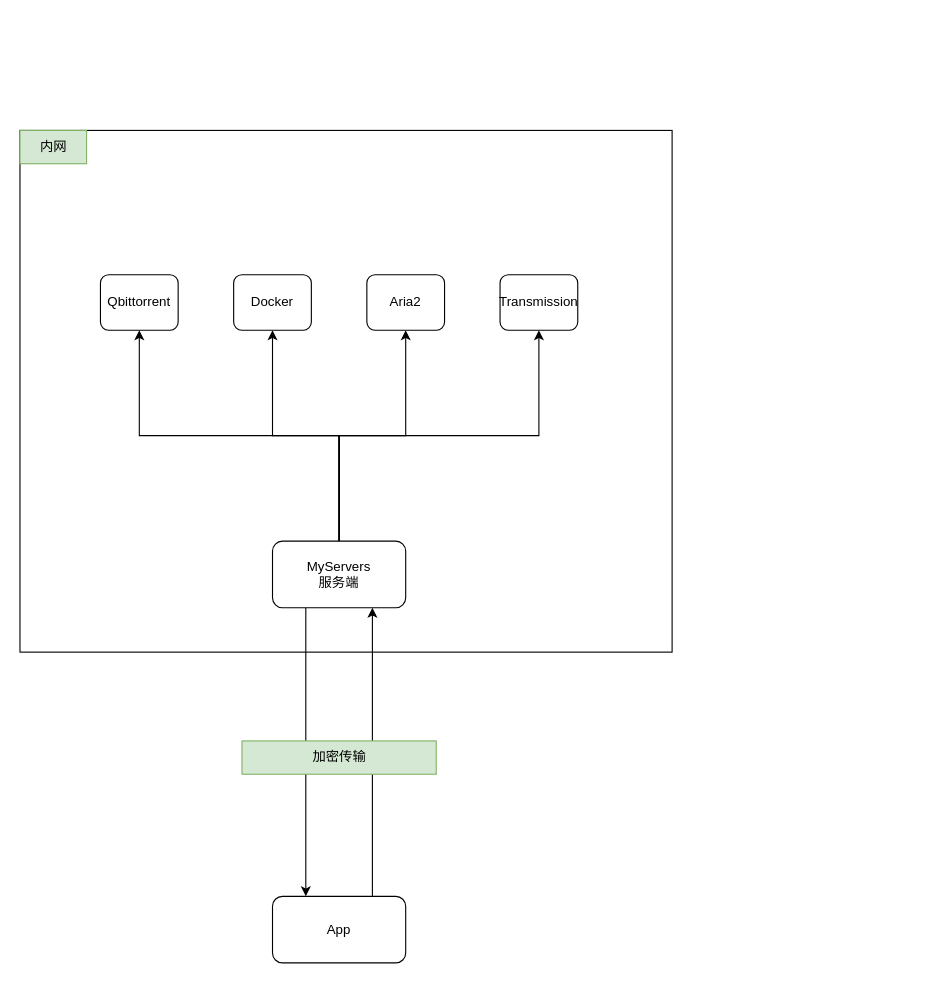
This is myservers.drawio from lovercode/drawio, a draw.io file, before an edit. Source tidied: cells renumbered, new cells numbered last; positions are measured from the earlier drawing's top-left corner, leaving out a move shared by most shapes. Both pictures are drawn from the tidied source at 111%, with x=0, y=0 at pixel (19, 130).
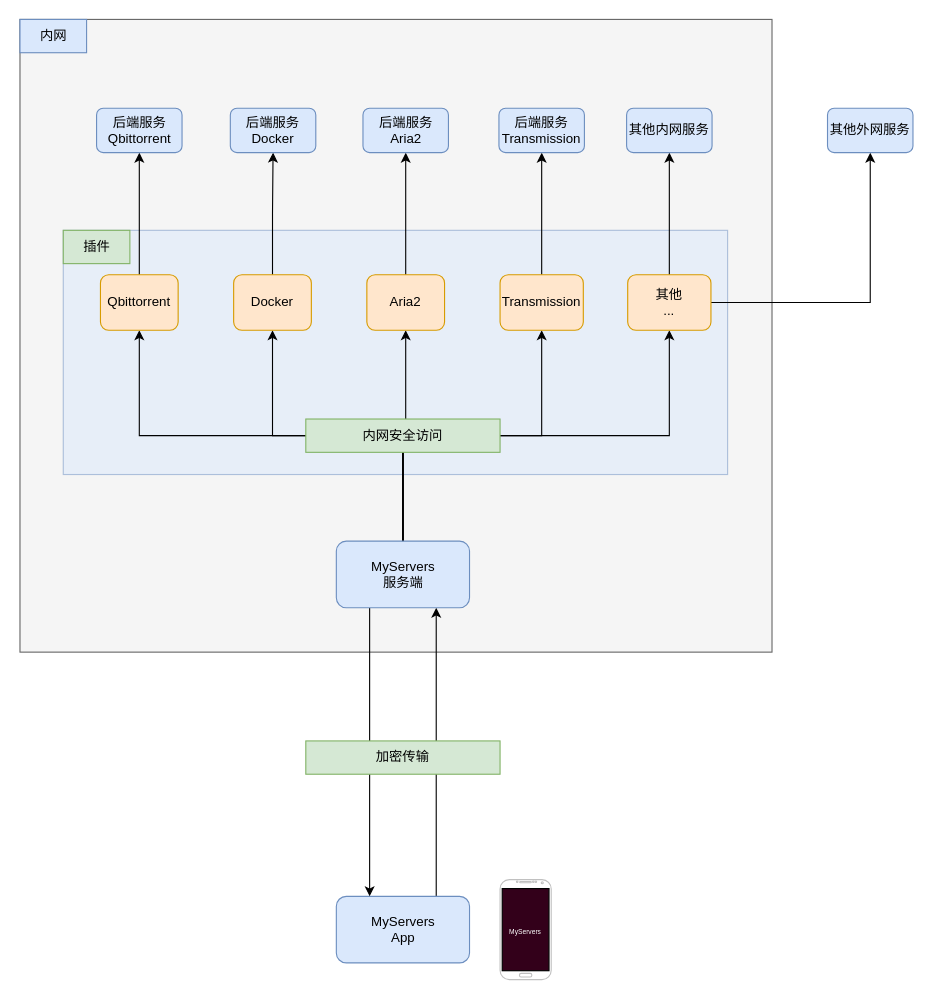
After the change.

What changed in the source:
```diff
@@
-    <mxCell id="2" style="rounded=0;whiteSpace=wrap;html=1;" parent="1" vertex="1">
-      <mxGeometry x="0.5" width="587.5" height="470" as="geometry" />
+    <mxCell id="2" style="rounded=0;whiteSpace=wrap;html=1;fillColor=#f5f5f5;strokeColor=#666666;fontColor=#333333;" parent="1" vertex="1">
+      <mxGeometry x="0.5" y="-100" width="677.5" height="570" as="geometry" />
     </mxCell>
+    <mxCell id="17" style="rounded=0;whiteSpace=wrap;html=1;opacity=50;fillColor=#dae8fc;strokeColor=#6c8ebf;" parent="1" vertex="1">
+      <mxGeometry x="39.5" y="90" width="598.5" height="220" as="geometry" />
+    </mxCell>
@@
-    <mxCell id="4" value="App" style="rounded=1;whiteSpace=wrap;html=1;" parent="1" vertex="1">
-      <mxGeometry x="228" y="690" width="120" height="60" as="geometry" />
+    <mxCell id="4" value="MyServers&lt;br&gt;App" style="rounded=1;whiteSpace=wrap;html=1;fillColor=#dae8fc;strokeColor=#6c8ebf;" parent="1" vertex="1">
+      <mxGeometry x="285.5" y="690" width="120" height="60" as="geometry" />
     </mxCell>
@@
+    <mxCell id="18" style="edgeStyle=orthogonalEdgeStyle;rounded=0;jettySize=auto;html=1;exitX=0.5;exitY=0;exitDx=0;exitDy=0;entryX=0.5;entryY=1;entryDx=0;entryDy=0;" parent="1" edge="1" source="10" target="30">
+      <mxGeometry relative="1" as="geometry" />
+    </mxCell>
-    <mxCell id="10" value="MyServers&lt;br&gt;服务端" style="rounded=1;whiteSpace=wrap;html=1;" parent="1" vertex="1">
-      <mxGeometry x="228" y="370" width="120" height="60" as="geometry" />
+    <mxCell id="10" value="MyServers&lt;br&gt;服务端" style="rounded=1;whiteSpace=wrap;html=1;fillColor=#dae8fc;strokeColor=#6c8ebf;" parent="1" vertex="1">
+      <mxGeometry x="285.5" y="370" width="120" height="60" as="geometry" />
     </mxCell>
     <mxCell id="11" value="加密传输" style="text;html=1;strokeColor=#82b366;fillColor=#d5e8d4;align=center;verticalAlign=middle;whiteSpace=wrap;rounded=0;" parent="1" vertex="1">
-      <mxGeometry x="200.5" y="550" width="175" height="30" as="geometry" />
+      <mxGeometry x="258" y="550" width="175" height="30" as="geometry" />
     </mxCell>
+    <mxCell id="19" style="edgeStyle=orthogonalEdgeStyle;rounded=0;jettySize=auto;html=1;entryX=0.5;entryY=1;entryDx=0;entryDy=0;" parent="1" edge="1" source="12" target="24">
+      <mxGeometry relative="1" as="geometry" />
+    </mxCell>
-    <mxCell id="12" value="Qbittorrent" style="rounded=1;whiteSpace=wrap;html=1;" parent="1" vertex="1">
+    <mxCell id="12" value="Qbittorrent" style="rounded=1;whiteSpace=wrap;html=1;fillColor=#ffe6cc;strokeColor=#d79b00;" parent="1" vertex="1">
       <mxGeometry x="73" y="130" width="70" height="50" as="geometry" />
     </mxCell>
+    <mxCell id="20" style="edgeStyle=orthogonalEdgeStyle;rounded=0;jettySize=auto;html=1;exitX=0.5;exitY=0;exitDx=0;exitDy=0;entryX=0.5;entryY=1;entryDx=0;entryDy=0;" parent="1" edge="1" source="13" target="25">
+      <mxGeometry relative="1" as="geometry" />
+    </mxCell>
-    <mxCell id="13" value="Docker" style="rounded=1;whiteSpace=wrap;html=1;" parent="1" vertex="1">
+    <mxCell id="13" value="Docker" style="rounded=1;whiteSpace=wrap;html=1;fillColor=#ffe6cc;strokeColor=#d79b00;" parent="1" vertex="1">
       <mxGeometry x="193" y="130" width="70" height="50" as="geometry" />
     </mxCell>
+    <mxCell id="21" style="edgeStyle=orthogonalEdgeStyle;rounded=0;jettySize=auto;html=1;exitX=0.5;exitY=0;exitDx=0;exitDy=0;entryX=0.5;entryY=1;entryDx=0;entryDy=0;" parent="1" edge="1" source="14" target="26">
+      <mxGeometry relative="1" as="geometry">
+        <Array as="points">
+          <mxPoint x="348" y="40" />
+          <mxPoint x="348" y="40" />
+        </Array>
+      </mxGeometry>
+    </mxCell>
-    <mxCell id="14" value="Aria2" style="rounded=1;whiteSpace=wrap;html=1;" parent="1" vertex="1">
+    <mxCell id="14" value="Aria2" style="rounded=1;whiteSpace=wrap;html=1;fillColor=#ffe6cc;strokeColor=#d79b00;" parent="1" vertex="1">
       <mxGeometry x="313" y="130" width="70" height="50" as="geometry" />
     </mxCell>
+    <mxCell id="22" style="edgeStyle=orthogonalEdgeStyle;rounded=0;jettySize=auto;html=1;exitX=0.5;exitY=0;exitDx=0;exitDy=0;entryX=0.5;entryY=1;entryDx=0;entryDy=0;" parent="1" edge="1" source="15" target="27">
+      <mxGeometry relative="1" as="geometry" />
+    </mxCell>
-    <mxCell id="15" value="Transmission" style="rounded=1;whiteSpace=wrap;html=1;" parent="1" vertex="1">
-      <mxGeometry x="433" y="130" width="70" height="50" as="geometry" />
+    <mxCell id="15" value="Transmission" style="rounded=1;whiteSpace=wrap;html=1;fillColor=#ffe6cc;strokeColor=#d79b00;" parent="1" vertex="1">
+      <mxGeometry x="433" y="130" width="75" height="50" as="geometry" />
     </mxCell>
-    <mxCell id="16" value="内网" style="text;html=1;strokeColor=#82b366;fillColor=#d5e8d4;align=center;verticalAlign=middle;whiteSpace=wrap;rounded=0;" parent="1" vertex="1">
-      <mxGeometry x="0.5" width="60" height="30" as="geometry" />
+    <mxCell id="16" value="内网" style="text;html=1;strokeColor=#6c8ebf;fillColor=#dae8fc;align=center;verticalAlign=middle;whiteSpace=wrap;rounded=0;" parent="1" vertex="1">
+      <mxGeometry x="0.5" y="-100" width="60" height="30" as="geometry" />
     </mxCell>
+    <mxCell id="23" value="插件" style="text;html=1;strokeColor=#82b366;fillColor=#d5e8d4;align=center;verticalAlign=middle;whiteSpace=wrap;rounded=0;" parent="1" vertex="1">
+      <mxGeometry x="39.5" y="90" width="60" height="30" as="geometry" />
+    </mxCell>
+    <mxCell id="24" value="后端服务&lt;br&gt;Qbittorrent" style="rounded=1;whiteSpace=wrap;html=1;fillColor=#dae8fc;strokeColor=#6c8ebf;" parent="1" vertex="1">
+      <mxGeometry x="69.5" y="-20" width="77" height="40" as="geometry" />
+    </mxCell>
+    <mxCell id="25" value="后端服务&lt;br&gt;Docker" style="rounded=1;whiteSpace=wrap;html=1;fillColor=#dae8fc;strokeColor=#6c8ebf;" parent="1" vertex="1">
+      <mxGeometry x="190" y="-20" width="77" height="40" as="geometry" />
+    </mxCell>
+    <mxCell id="26" value="后端服务&lt;br&gt;Aria2" style="rounded=1;whiteSpace=wrap;html=1;fillColor=#dae8fc;strokeColor=#6c8ebf;" parent="1" vertex="1">
+      <mxGeometry x="309.5" y="-20" width="77" height="40" as="geometry" />
+    </mxCell>
+    <mxCell id="27" value="后端服务&lt;br&gt;Transmission" style="rounded=1;whiteSpace=wrap;html=1;fillColor=#dae8fc;strokeColor=#6c8ebf;" parent="1" vertex="1">
+      <mxGeometry x="432" y="-20" width="77" height="40" as="geometry" />
+    </mxCell>
+    <mxCell id="28" style="edgeStyle=orthogonalEdgeStyle;rounded=0;jettySize=auto;html=1;exitX=1;exitY=0.5;exitDx=0;exitDy=0;" parent="1" edge="1" source="30" target="32">
+      <mxGeometry relative="1" as="geometry" />
+    </mxCell>
+    <mxCell id="29" style="edgeStyle=orthogonalEdgeStyle;rounded=0;jettySize=auto;html=1;exitX=0.5;exitY=0;exitDx=0;exitDy=0;entryX=0.5;entryY=1;entryDx=0;entryDy=0;" parent="1" edge="1" source="30" target="33">
+      <mxGeometry relative="1" as="geometry" />
+    </mxCell>
+    <mxCell id="30" value="其他&lt;br&gt;..." style="rounded=1;whiteSpace=wrap;html=1;fillColor=#ffe6cc;strokeColor=#d79b00;" parent="1" vertex="1">
+      <mxGeometry x="548" y="130" width="75" height="50" as="geometry" />
+    </mxCell>
+    <mxCell id="31" value="内网安全访问" style="text;html=1;strokeColor=#82b366;fillColor=#d5e8d4;align=center;verticalAlign=middle;whiteSpace=wrap;rounded=0;" parent="1" vertex="1">
+      <mxGeometry x="258" y="260" width="175" height="30" as="geometry" />
+    </mxCell>
+    <mxCell id="32" value="其他外网服务" style="rounded=1;whiteSpace=wrap;html=1;fillColor=#dae8fc;strokeColor=#6c8ebf;" parent="1" vertex="1">
+      <mxGeometry x="728" y="-20" width="77" height="40" as="geometry" />
+    </mxCell>
+    <mxCell id="33" value="其他内网服务" style="rounded=1;whiteSpace=wrap;html=1;fillColor=#dae8fc;strokeColor=#6c8ebf;" parent="1" vertex="1">
+      <mxGeometry x="547" y="-20" width="77" height="40" as="geometry" />
+    </mxCell>
+    <mxCell id="34" style="verticalLabelPosition=bottom;verticalAlign=top;html=1;shadow=0;dashed=0;strokeWidth=1;shape=mxgraph.android.phone2;strokeColor=#c0c0c0;" parent="1" vertex="1">
+      <mxGeometry x="433" y="675" width="46.1" height="90" as="geometry" />
+    </mxCell>
+    <mxCell id="35" value="&lt;font color=&quot;#ffffff&quot; style=&quot;font-size: 6px;&quot;&gt;MyServers&lt;/font&gt;" style="whiteSpace=wrap;html=1;fillColor=#33001A;" parent="1" vertex="1">
+      <mxGeometry x="435" y="683" width="42" height="74" as="geometry" />
+    </mxCell>
```
